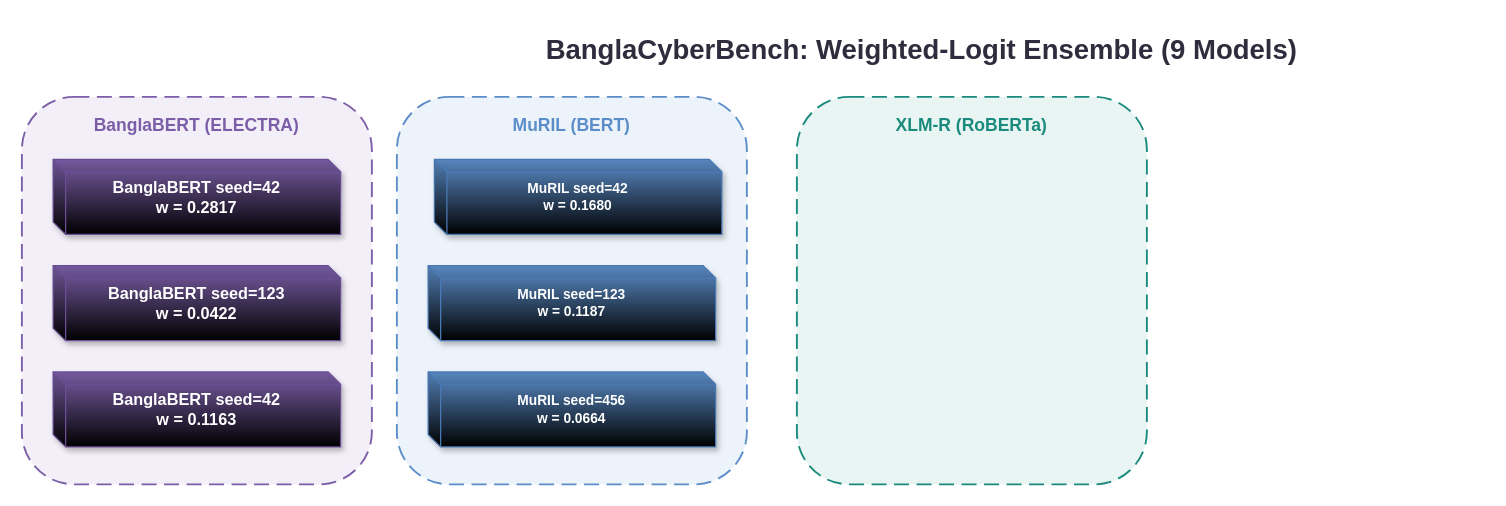
Earlier version of the draw.io diagram CyberD2.drawio (Sefayet-Alam/Research-Related). Source tidied: cells renumbered, new cells numbered last; positions are measured from the earlier drawing's top-left corner, leaving out a move shared by most shapes. Both pictures are drawn from the tidied source at 125%, with x=0, y=0 at pixel (21, 21).
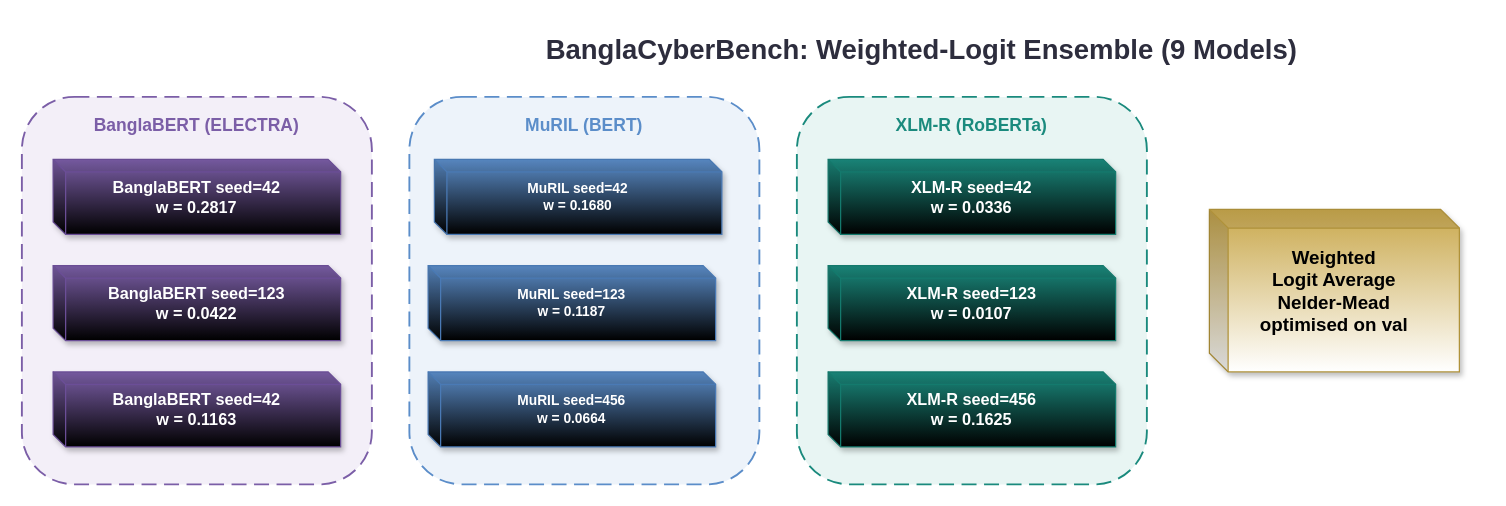
The same page after the edit.

Diff of the diagram source:
```diff
@@
 <mxGraphModel>
   <root>
     <mxCell id="0" />
     <mxCell id="1" parent="0" />
     <mxCell id="2" value="BanglaBERT (ELECTRA)" style="rounded=1;whiteSpace=wrap;dashed=1;dashPattern=8 4;fillColor=#F3EFF8;strokeColor=#7B5EA7;strokeWidth=1.5;fontSize=14;fontStyle=1;fontFamily=Arial;fontColor=#7B5EA7;verticalAlign=top;spacingTop=8;" parent="1" vertex="1">
       <mxGeometry y="60" width="280" height="310" as="geometry" />
     </mxCell>
     <mxCell id="3" value="BanglaCyberBench: Weighted-Logit Ensemble (9 Models)" style="text;whiteSpace=wrap;fontSize=22;fontStyle=1;fontFamily=Arial;fontColor=#2D2D3D;align=center;verticalAlign=middle;" parent="1" vertex="1">
       <mxGeometry x="270" width="900" height="45" as="geometry" />
     </mxCell>
     <mxCell id="4" value="BanglaBERT seed=42&#10;w = 0.2817" style="shape=cube;whiteSpace=wrap;size=10;darkOpacity=0.05;darkOpacity2=0.1;fillColor=#7B5EA7;strokeColor=#6B4E97;fontColor=#FFFFFF;fontSize=13;fontStyle=1;fontFamily=Arial;shadow=1;gradientColor=default;" parent="1" vertex="1">
       <mxGeometry x="25" y="110" width="230" height="60" as="geometry" />
     </mxCell>
     <mxCell id="5" value="BanglaBERT seed=123&#10;w = 0.0422" style="shape=cube;whiteSpace=wrap;size=10;darkOpacity=0.05;darkOpacity2=0.1;fillColor=#7B5EA7;strokeColor=#6B4E97;fontColor=#FFFFFF;fontSize=13;fontStyle=1;fontFamily=Arial;shadow=1;gradientColor=default;" parent="1" vertex="1">
       <mxGeometry x="25" y="195" width="230" height="60" as="geometry" />
     </mxCell>
     <mxCell id="6" value="BanglaBERT seed=42&#10;w = 0.1163" style="shape=cube;whiteSpace=wrap;size=10;darkOpacity=0.05;darkOpacity2=0.1;fillColor=#7B5EA7;strokeColor=#6B4E97;fontColor=#FFFFFF;fontSize=13;fontStyle=1;fontFamily=Arial;shadow=1;gradientColor=default;" parent="1" vertex="1">
       <mxGeometry x="25" y="280" width="230" height="60" as="geometry" />
     </mxCell>
     <mxCell id="7" value="MuRIL (BERT)" style="rounded=1;whiteSpace=wrap;dashed=1;dashPattern=8 4;fillColor=#EDF3FA;strokeColor=#5B8DC9;strokeWidth=1.5;fontSize=14;fontStyle=1;fontFamily=Arial;fontColor=#5B8DC9;verticalAlign=top;spacingTop=8;" parent="1" vertex="1">
-      <mxGeometry x="300" y="60" width="280" height="310" as="geometry" />
+      <mxGeometry x="310" y="60" width="280" height="310" as="geometry" />
     </mxCell>
     <mxCell id="8" value="MuRIL seed=42 &#10;w = 0.1680" style="shape=cube;whiteSpace=wrap;size=10;darkOpacity=0.05;darkOpacity2=0.1;fillColor=#5B8DC9;strokeColor=#4A7AB5;fontColor=#FFFFFF;fontSize=11;fontStyle=1;fontFamily=Arial;shadow=1;gradientColor=default;" parent="1" vertex="1">
       <mxGeometry x="330" y="110" width="230" height="60" as="geometry" />
     </mxCell>
     <mxCell id="9" value="MuRIL seed=123 &#10;w = 0.1187" style="shape=cube;whiteSpace=wrap;size=10;darkOpacity=0.05;darkOpacity2=0.1;fillColor=#5B8DC9;strokeColor=#4A7AB5;fontColor=#FFFFFF;fontSize=11;fontStyle=1;fontFamily=Arial;shadow=1;gradientColor=default;" parent="1" vertex="1">
       <mxGeometry x="325" y="195" width="230" height="60" as="geometry" />
     </mxCell>
     <mxCell id="10" value="MuRIL seed=456 &#10;w = 0.0664" style="shape=cube;whiteSpace=wrap;size=10;darkOpacity=0.05;darkOpacity2=0.1;fillColor=#5B8DC9;strokeColor=#4A7AB5;fontColor=#FFFFFF;fontSize=11;fontStyle=1;fontFamily=Arial;shadow=1;gradientColor=default;" parent="1" vertex="1">
       <mxGeometry x="325" y="280" width="230" height="60" as="geometry" />
     </mxCell>
     <mxCell id="11" value="XLM-R (RoBERTa)" style="rounded=1;whiteSpace=wrap;dashed=1;dashPattern=8 4;fillColor=#E8F5F3;strokeColor=#1A8A7D;strokeWidth=1.5;fontSize=14;fontStyle=1;fontFamily=Arial;fontColor=#1A8A7D;verticalAlign=top;spacingTop=8;" parent="1" vertex="1">
       <mxGeometry x="620" y="60" width="280" height="310" as="geometry" />
     </mxCell>
+    <mxCell id="12" value="XLM-R seed=42 &#10;w = 0.0336" style="shape=cube;whiteSpace=wrap;size=10;darkOpacity=0.05;darkOpacity2=0.1;fillColor=#1A8A7D;strokeColor=#147A6D;fontColor=#FFFFFF;fontSize=13;fontStyle=1;fontFamily=Arial;shadow=1;gradientColor=default;" parent="1" vertex="1">
+      <mxGeometry x="645" y="110" width="230" height="60" as="geometry" />
+    </mxCell>
+    <mxCell id="13" value="XLM-R seed=123 &#10;w = 0.0107" style="shape=cube;whiteSpace=wrap;size=10;darkOpacity=0.05;darkOpacity2=0.1;fillColor=#1A8A7D;strokeColor=#147A6D;fontColor=#FFFFFF;fontSize=13;fontStyle=1;fontFamily=Arial;shadow=1;gradientColor=default;" parent="1" vertex="1">
+      <mxGeometry x="645" y="195" width="230" height="60" as="geometry" />
+    </mxCell>
+    <mxCell id="14" value="XLM-R seed=456 &#10;w = 0.1625" style="shape=cube;whiteSpace=wrap;size=10;darkOpacity=0.05;darkOpacity2=0.1;fillColor=#1A8A7D;strokeColor=#147A6D;fontColor=#FFFFFF;fontSize=13;fontStyle=1;fontFamily=Arial;shadow=1;gradientColor=default;" parent="1" vertex="1">
+      <mxGeometry x="645" y="280" width="230" height="60" as="geometry" />
+    </mxCell>
+    <mxCell id="15" value="Weighted &#10;Logit Average &#10;Nelder-Mead &#10;optimised on val" style="shape=cube;whiteSpace=wrap;size=15;darkOpacity=0.08;darkOpacity2=0.15;fillColor=#C9A84C;strokeColor=#B0923A;fontColor=#000000;fontSize=15;fontStyle=1;fontFamily=Arial;shadow=1;gradientColor=#FFFFFF;gradientDirection=south;" parent="1" vertex="1">
+      <mxGeometry x="950" y="150" width="200" height="130" as="geometry" />
+    </mxCell>
   </root>
 </mxGraphModel>
```
